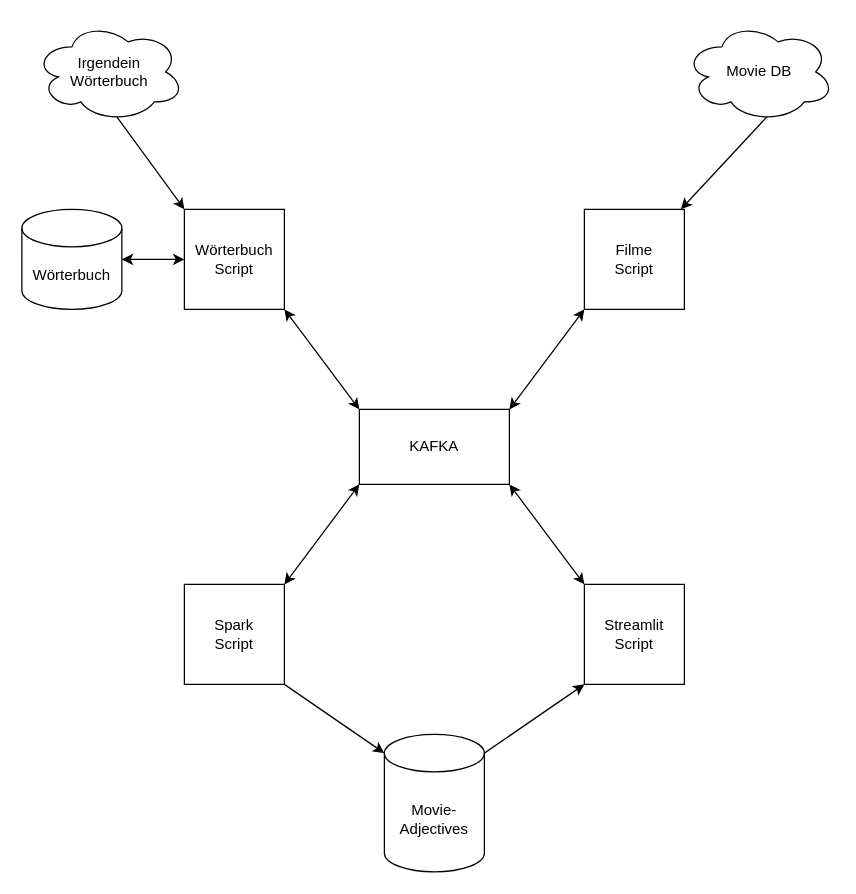
This is architecture.drawio from bar01a/mds_ws2022_dsi_project, a draw.io file, before an edit. Source tidied: cells renumbered, new cells numbered last; positions are measured from the earlier drawing's top-left corner, leaving out a move shared by most shapes. Both pictures are drawn from the tidied source at 125%, with x=0, y=0 at pixel (21, 21).
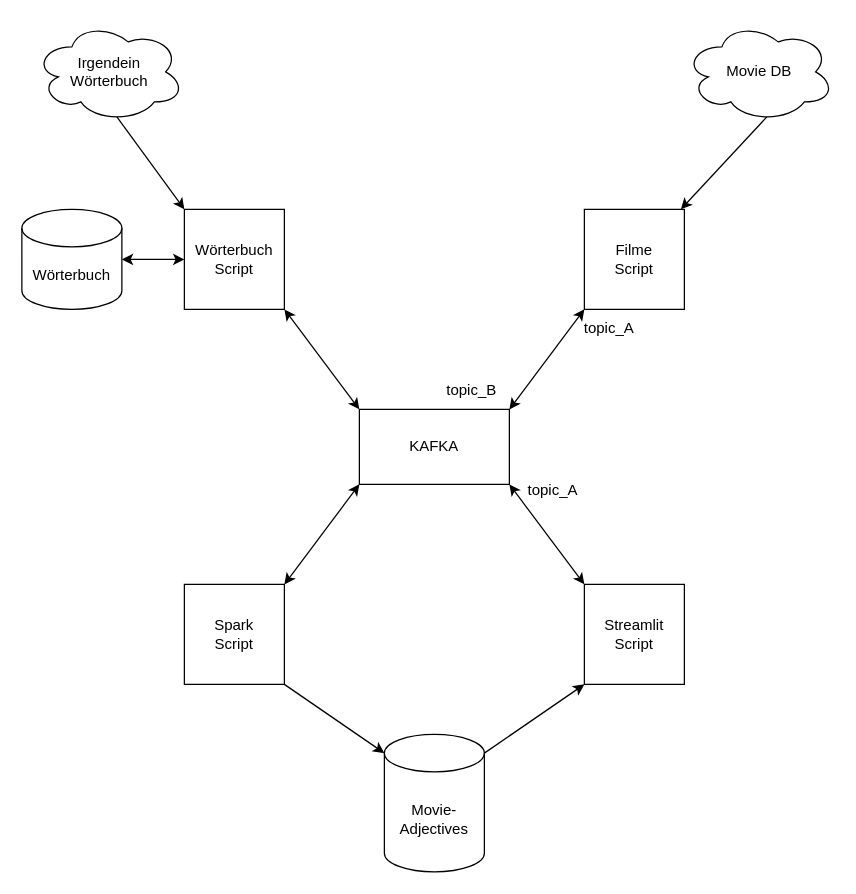
The same diagram, later.

Commit message (it also covers changes not shown here):
revised movie_script & architecture

The edit, as a diff of the source:
```diff
@@
+    <mxCell id="20" value="topic_A" style="text;html=1;strokeColor=none;fillColor=none;align=center;verticalAlign=middle;whiteSpace=wrap;rounded=0;" parent="1" vertex="1">
+      <mxGeometry x="380" y="360" width="90" height="30" as="geometry" />
+    </mxCell>
+    <mxCell id="21" value="topic_B" style="text;html=1;strokeColor=none;fillColor=none;align=center;verticalAlign=middle;whiteSpace=wrap;rounded=0;" parent="1" vertex="1">
+      <mxGeometry x="330" y="280" width="60" height="30" as="geometry" />
+    </mxCell>
+    <mxCell id="22" value="topic_A" style="text;html=1;strokeColor=none;fillColor=none;align=center;verticalAlign=middle;whiteSpace=wrap;rounded=0;" parent="1" vertex="1">
+      <mxGeometry x="430" y="230" width="80" height="30" as="geometry" />
+    </mxCell>
```
